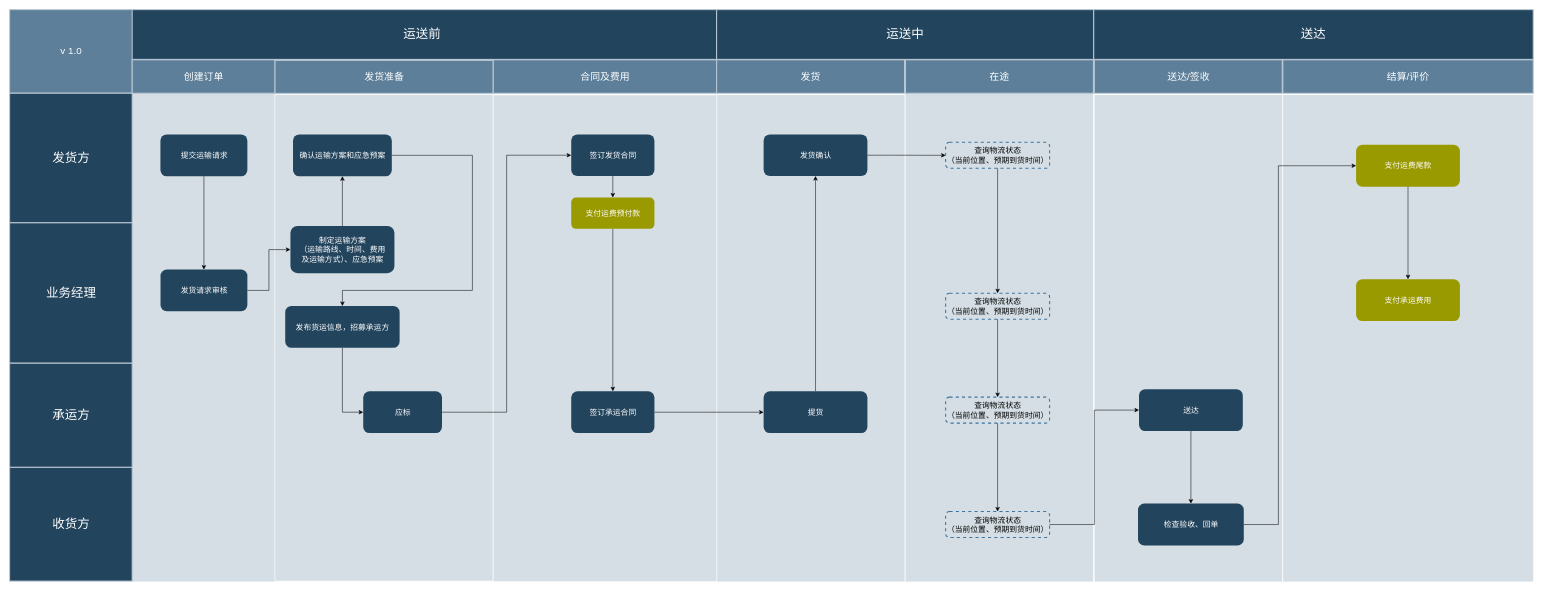
Before: draw/KunShan_HuaZhongBao/Untitled Diagram.drawio in hainayun/nanjing_dev, a draw.io diagram. Source tidied: cells renumbered, new cells numbered last; positions are measured from the earlier drawing's top-left corner, leaving out a move shared by most shapes. Both pictures are drawn from the tidied source at 52%, with x=0, y=0 at pixel (9, 9).
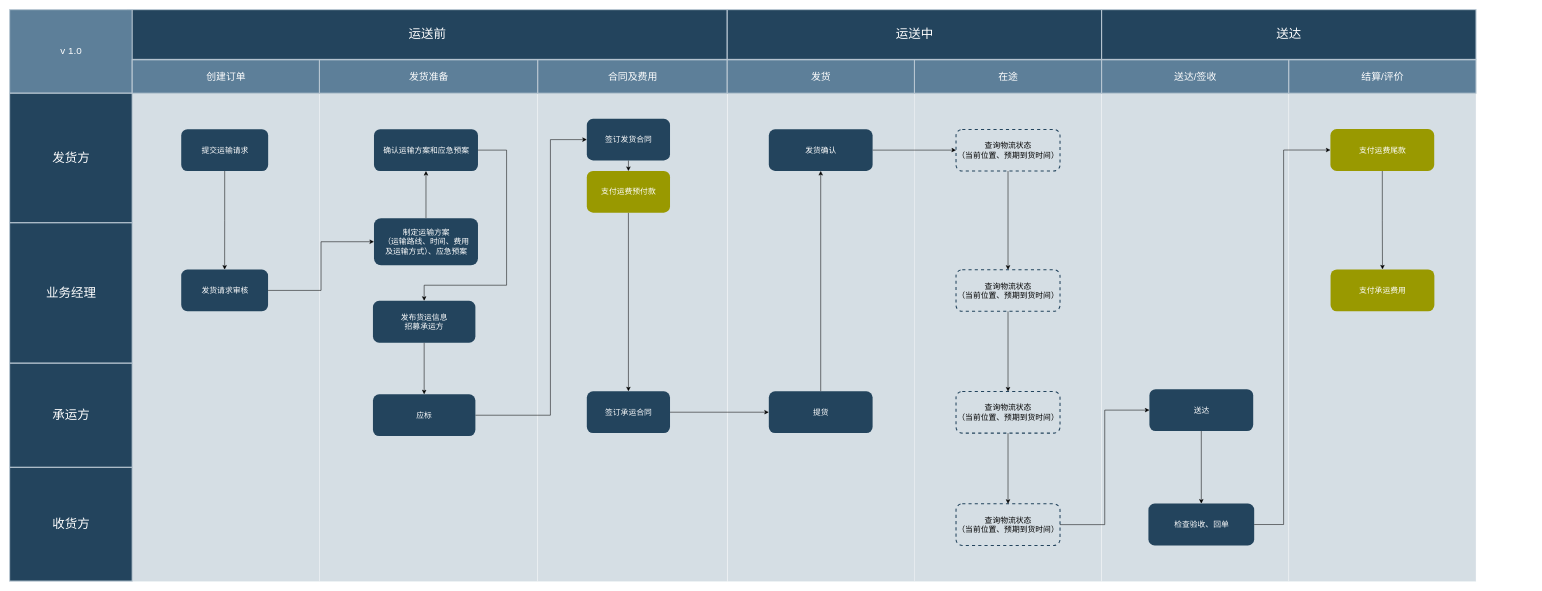
After the change.

Commit message:
Added 物流管理业务流程.drawio

Diff of the diagram source:
```diff
@@
-    <mxCell id="2" style="fontSize=18;strokeWidth=2;fontFamily=Helvetica;html=1;opacity=60;fillColor=#BAC8D3;strokeColor=none;" parent="1" vertex="1">
-      <mxGeometry x="235.7" y="160" width="274.3" height="940" as="geometry" />
+    <mxCell id="2" style="fontSize=18;strokeWidth=1;fontFamily=Helvetica;html=1;opacity=60;fillColor=#BAC8D3;strokeColor=#FFFFFF;" parent="1" vertex="1">
+      <mxGeometry x="235.7" y="160" width="360" height="940" as="geometry" />
     </mxCell>
-    <mxCell id="3" style="fillColor=#BAC8D3;fontSize=18;strokeWidth=2;fontFamily=Helvetica;html=1;opacity=60;strokeColor=none;" parent="1" vertex="1">
-      <mxGeometry x="2449.1" y="164.1" width="480.9" height="935.9" as="geometry" />
-    </mxCell>
-    <mxCell id="4" style="fillColor=#BAC8D3;fontSize=18;strokeWidth=2;fontFamily=Helvetica;html=1;opacity=60;strokeColor=none;" parent="1" vertex="1">
-      <mxGeometry x="1360.2" y="164.1" width="360.9" height="935.9" as="geometry" />
-    </mxCell>
-    <mxCell id="5" style="fillColor=#BAC8D3;fontSize=18;strokeWidth=2;fontFamily=Helvetica;html=1;opacity=60;strokeColor=none;" parent="1" vertex="1">
-      <mxGeometry x="1722.9" y="160" width="360.9" height="940" as="geometry" />
-    </mxCell>
-    <mxCell id="6" style="fillColor=#BAC8D3;fontSize=18;strokeWidth=2;fontFamily=Helvetica;html=1;opacity=60;strokeColor=none;" parent="1" vertex="1">
-      <mxGeometry x="2086.5" y="164.1" width="360.9" height="935.9" as="geometry" />
-    </mxCell>
-    <mxCell id="7" style="fillColor=#BAC8D3;fontSize=18;strokeWidth=2;fontFamily=Helvetica;html=1;opacity=60;strokeColor=#FFFFFF;" parent="1" vertex="1">
-      <mxGeometry x="510" y="163.1" width="420" height="935.9" as="geometry" />
-    </mxCell>
-    <mxCell id="8" style="fillColor=#BAC8D3;fontSize=18;strokeWidth=2;fontFamily=Helvetica;html=1;opacity=60;strokeColor=#FFFFFF;" parent="1" vertex="1">
-      <mxGeometry x="930" y="163.9" width="430" height="936.1" as="geometry" />
-    </mxCell>
+    <mxCell id="61" style="fontSize=18;strokeWidth=1;fontFamily=Helvetica;html=1;opacity=60;fillColor=#BAC8D3;strokeColor=#FFFFFF;" parent="1" vertex="1">
+      <mxGeometry x="595.7" y="160" width="420" height="940" as="geometry" />
+    </mxCell>
+    <mxCell id="62" style="fontSize=18;strokeWidth=1;fontFamily=Helvetica;html=1;opacity=60;fillColor=#BAC8D3;strokeColor=#FFFFFF;" parent="1" vertex="1">
+      <mxGeometry x="1015.7" y="160" width="364.3" height="940" as="geometry" />
+    </mxCell>
+    <mxCell id="63" style="fontSize=18;strokeWidth=1;fontFamily=Helvetica;html=1;opacity=60;fillColor=#BAC8D3;strokeColor=#FFFFFF;" parent="1" vertex="1">
+      <mxGeometry x="1380.4" y="160" width="360" height="940" as="geometry" />
+    </mxCell>
+    <mxCell id="64" style="fontSize=18;strokeWidth=1;fontFamily=Helvetica;html=1;opacity=60;fillColor=#BAC8D3;strokeColor=#FFFFFF;" parent="1" vertex="1">
+      <mxGeometry x="1740" y="160" width="360" height="940" as="geometry" />
+    </mxCell>
+    <mxCell id="65" style="fontSize=18;strokeWidth=1;fontFamily=Helvetica;html=1;opacity=60;fillColor=#BAC8D3;strokeColor=#FFFFFF;" parent="1" vertex="1">
+      <mxGeometry x="2100" y="160" width="360" height="940" as="geometry" />
+    </mxCell>
+    <mxCell id="66" style="fontSize=18;strokeWidth=1;fontFamily=Helvetica;html=1;opacity=60;fillColor=#BAC8D3;strokeColor=#FFFFFF;" parent="1" vertex="1">
+      <mxGeometry x="2460" y="160" width="360" height="940" as="geometry" />
+    </mxCell>
     <mxCell id="9" value="运送前" style="strokeColor=#BAC8D3;fillColor=#23445D;fontSize=24;strokeWidth=2;fontFamily=Helvetica;html=1;fontColor=#FFFFFF;fontStyle=0;spacingBottom=0;spacingRight=0;spacingLeft=0;align=center;" parent="1" vertex="1">
-      <mxGeometry x="226.6" width="1133" height="95.7" as="geometry" />
+      <mxGeometry x="226.6" width="1153.4" height="95.7" as="geometry" />
     </mxCell>
@@
     <mxCell id="11" value="发货准备" style="strokeColor=#BAC8D3;fillColor=#5d7f99;fontSize=19;strokeWidth=2;fontFamily=Helvetica;html=1;labelBackgroundColor=none;fontColor=#FFFFFF;" parent="1" vertex="1">
-      <mxGeometry x="510" y="97.5" width="420" height="63.5" as="geometry" />
+      <mxGeometry x="595.7" y="96.5" width="420" height="64.3" as="geometry" />
     </mxCell>
-    <mxCell id="12" style="edgeStyle=orthogonalEdgeStyle;rounded=0;jettySize=auto;html=1;exitX=0.5;exitY=1;exitDx=0;exitDy=0;entryX=0;entryY=0.5;entryDx=0;entryDy=0;" parent="1" edge="1" source="13" target="50">
-      <mxGeometry relative="1" as="geometry" />
+    <mxCell id="12" style="edgeStyle=orthogonalEdgeStyle;rounded=0;jettySize=auto;html=1;exitX=0.5;exitY=1;exitDx=0;exitDy=0;entryX=0.5;entryY=0;entryDx=0;entryDy=0;" parent="1" edge="1" source="13" target="50">
+      <mxGeometry relative="1" as="geometry">
+        <Array as="points">
+          <mxPoint x="797.7" y="734" />
+        </Array>
+      </mxGeometry>
     </mxCell>
-    <mxCell id="13" value="&lt;font color=&quot;#ffffff&quot;&gt;&lt;span style=&quot;font-size: 15px&quot;&gt;发布货运信息，招募承运方&lt;br&gt;&lt;/span&gt;&lt;/font&gt;" style="rounded=1;fillColor=#23445D;strokeColor=none;strokeWidth=2;fontFamily=Helvetica;html=1;gradientColor=none;" parent="1" vertex="1">
-      <mxGeometry x="530" y="570" width="220" height="80.4" as="geometry" />
+    <mxCell id="13" value="&lt;font color=&quot;#ffffff&quot;&gt;&lt;span style=&quot;font-size: 15px&quot;&gt;发布货运信息&lt;br&gt;招募承运方&lt;br&gt;&lt;/span&gt;&lt;/font&gt;" style="rounded=1;fillColor=#23445D;strokeColor=none;strokeWidth=2;fontFamily=Helvetica;html=1;gradientColor=none;" parent="1" vertex="1">
+      <mxGeometry x="698.7" y="560" width="197" height="80.4" as="geometry" />
     </mxCell>
@@
     <mxCell id="17" value="合同及费用" style="strokeColor=#BAC8D3;fillColor=#5d7f99;fontSize=19;strokeWidth=2;fontFamily=Helvetica;html=1;labelBackgroundColor=none;fontColor=#FFFFFF;" parent="1" vertex="1">
-      <mxGeometry x="930" y="96.5" width="430" height="64.3" as="geometry" />
+      <mxGeometry x="1015.7" y="96.5" width="364.3" height="64.3" as="geometry" />
     </mxCell>
     <mxCell id="18" value="&lt;font color=&quot;#ffffff&quot;&gt;&lt;span style=&quot;font-size: 15px&quot;&gt;确认运输方案和应急预案&lt;br&gt;&lt;/span&gt;&lt;/font&gt;" style="rounded=1;fillColor=#23445D;strokeColor=none;strokeWidth=2;fontFamily=Helvetica;html=1;gradientColor=none;" parent="1" vertex="1">
-      <mxGeometry x="545" y="240" width="190" height="80.4" as="geometry" />
+      <mxGeometry x="700.7" y="230" width="200" height="80.4" as="geometry" />
     </mxCell>
     <mxCell id="19" style="edgeStyle=orthogonalEdgeStyle;rounded=0;jettySize=auto;html=1;entryX=0.5;entryY=0;entryDx=0;entryDy=0;exitX=1;exitY=0.5;exitDx=0;exitDy=0;" parent="1" edge="1" source="18" target="13">
       <mxGeometry relative="1" as="geometry">
         <Array as="points">
-          <mxPoint x="890" y="280" />
-          <mxPoint x="890" y="540" />
-          <mxPoint x="640" y="540" />
+          <mxPoint x="955.7" y="270" />
+          <mxPoint x="955.7" y="530" />
+          <mxPoint x="797.7" y="530" />
         </Array>
       </mxGeometry>
     </mxCell>
@@
     <mxCell id="21" value="&lt;font color=&quot;#ffffff&quot;&gt;&lt;span style=&quot;font-size: 15px&quot;&gt;制定运输方案&lt;br&gt;&lt;/span&gt;&lt;/font&gt;&lt;span style=&quot;color: rgb(255 , 255 , 255) ; font-size: 15px&quot;&gt;（运输路线、时间、费用&lt;br&gt;及运输方式）、应急预案&lt;/span&gt;&lt;font color=&quot;#ffffff&quot;&gt;&lt;span style=&quot;font-size: 15px&quot;&gt;&lt;br&gt;&lt;/span&gt;&lt;/font&gt;" style="rounded=1;fillColor=#23445D;strokeColor=none;strokeWidth=2;fontFamily=Helvetica;html=1;gradientColor=none;" parent="1" vertex="1">
-      <mxGeometry x="540" y="416.1" width="200" height="90.7" as="geometry" />
+      <mxGeometry x="700.7" y="401" width="200" height="90.7" as="geometry" />
     </mxCell>
     <mxCell id="22" value="发货" style="strokeColor=#BAC8D3;fillColor=#5d7f99;fontSize=19;strokeWidth=2;fontFamily=Helvetica;html=1;labelBackgroundColor=none;fontColor=#FFFFFF;" parent="1" vertex="1">
-      <mxGeometry x="1359.6" y="96.5" width="361.5" height="64.3" as="geometry" />
+      <mxGeometry x="1380" y="96.5" width="360.4" height="64.3" as="geometry" />
     </mxCell>
@@
-    <mxCell id="24" style="edgeStyle=orthogonalEdgeStyle;rounded=0;jettySize=auto;html=1;entryX=0;entryY=0.5;entryDx=0;entryDy=0;" parent="1" edge="1" source="26" target="54">
+    <mxCell id="24" style="edgeStyle=orthogonalEdgeStyle;rounded=0;jettySize=auto;html=1;entryX=0;entryY=0.5;entryDx=0;entryDy=0;exitX=1;exitY=0.5;exitDx=0;exitDy=0;" parent="1" edge="1" source="26" target="54">
       <mxGeometry relative="1" as="geometry">
         <Array as="points">
-          <mxPoint x="1700" y="280" />
-          <mxPoint x="1700" y="280" />
+          <mxPoint x="1815.7" y="270" />
+          <mxPoint x="1815.7" y="270" />
         </Array>
       </mxGeometry>
     </mxCell>
     <mxCell id="25" value="&lt;font color=&quot;#ffffff&quot;&gt;&lt;span style=&quot;font-size: 15px&quot;&gt;提货&lt;br&gt;&lt;/span&gt;&lt;/font&gt;" style="rounded=1;fillColor=#23445D;strokeColor=none;strokeWidth=2;fontFamily=Helvetica;html=1;gradientColor=none;" parent="1" vertex="1">
-      <mxGeometry x="1450" y="734" width="199.6" height="80.4" as="geometry" />
+      <mxGeometry x="1460" y="734" width="199.6" height="80.4" as="geometry" />
     </mxCell>
     <mxCell id="26" value="&lt;span style=&quot;color: rgb(255 , 255 , 255) ; font-size: 15px&quot;&gt;发货确认&lt;/span&gt;&lt;font color=&quot;#ffffff&quot;&gt;&lt;span style=&quot;font-size: 15px&quot;&gt;&lt;br&gt;&lt;/span&gt;&lt;/font&gt;" style="rounded=1;fillColor=#23445D;strokeColor=none;strokeWidth=2;fontFamily=Helvetica;html=1;gradientColor=none;" parent="1" vertex="1">
-      <mxGeometry x="1450" y="240" width="199.6" height="80" as="geometry" />
+      <mxGeometry x="1460" y="230.2" width="199.6" height="80" as="geometry" />
     </mxCell>
     <mxCell id="27" value="在途" style="strokeColor=#BAC8D3;fillColor=#5d7f99;fontSize=19;strokeWidth=2;fontFamily=Helvetica;html=1;labelBackgroundColor=none;fontColor=#FFFFFF;" parent="1" vertex="1">
-      <mxGeometry x="1722.7" y="96.5" width="361.5" height="64.3" as="geometry" />
+      <mxGeometry x="1740" y="96.5" width="360" height="64.3" as="geometry" />
     </mxCell>
     <mxCell id="28" value="送达/签收" style="strokeColor=#BAC8D3;fillColor=#5d7f99;fontSize=19;strokeWidth=2;fontFamily=Helvetica;html=1;labelBackgroundColor=none;fontColor=#FFFFFF;" parent="1" vertex="1">
-      <mxGeometry x="2085.8" y="96.5" width="361.5" height="64.3" as="geometry" />
+      <mxGeometry x="2100" y="96.5" width="360" height="64.3" as="geometry" />
     </mxCell>
     <mxCell id="29" value="&lt;font color=&quot;#ffffff&quot;&gt;&lt;span style=&quot;font-size: 15px&quot;&gt;检查验收、回单&lt;br&gt;&lt;/span&gt;&lt;/font&gt;" style="rounded=1;fillColor=#23445D;strokeColor=none;strokeWidth=2;fontFamily=Helvetica;html=1;gradientColor=none;" parent="1" vertex="1">
-      <mxGeometry x="2170" y="950" width="203.4" height="80.4" as="geometry" />
+      <mxGeometry x="2190" y="950" width="203.4" height="80.4" as="geometry" />
     </mxCell>
     <mxCell id="30" value="运送中" style="strokeColor=#BAC8D3;fillColor=#23445D;fontSize=24;strokeWidth=2;fontFamily=Helvetica;html=1;fontColor=#FFFFFF;fontStyle=0;spacingBottom=0;spacingRight=0;spacingLeft=0;align=center;" parent="1" vertex="1">
-      <mxGeometry x="1359.6" width="725.1" height="95.7" as="geometry" />
+      <mxGeometry x="1380" width="720" height="95.7" as="geometry" />
     </mxCell>
     <mxCell id="31" value="送达" style="strokeColor=#BAC8D3;fillColor=#23445D;fontSize=24;strokeWidth=2;fontFamily=Helvetica;html=1;fontColor=#FFFFFF;fontStyle=0;spacingBottom=0;spacingRight=0;spacingLeft=0;align=center;" parent="1" vertex="1">
-      <mxGeometry x="2084.8" width="845.2" height="95.7" as="geometry" />
+      <mxGeometry x="2100" width="720" height="95.7" as="geometry" />
     </mxCell>
     <mxCell id="32" value="结算/评价" style="strokeColor=#BAC8D3;fillColor=#5d7f99;fontSize=19;strokeWidth=2;fontFamily=Helvetica;html=1;labelBackgroundColor=none;fontColor=#FFFFFF;" parent="1" vertex="1">
-      <mxGeometry x="2448.5" y="96.5" width="481.5" height="64.3" as="geometry" />
+      <mxGeometry x="2460" y="96.5" width="360" height="64.3" as="geometry" />
     </mxCell>
     <mxCell id="33" style="edgeStyle=orthogonalEdgeStyle;rounded=0;jettySize=auto;html=1;entryX=0;entryY=0.5;entryDx=0;entryDy=0;" parent="1" edge="1" source="29" target="35">
-      <mxGeometry x="20" y="952.9" as="geometry">
+      <mxGeometry x="105.7" y="952.9" as="geometry">
         <Array as="points">
-          <mxPoint x="2440" y="990" />
-          <mxPoint x="2440" y="300" />
+          <mxPoint x="2450" y="990" />
+          <mxPoint x="2450" y="270" />
         </Array>
       </mxGeometry>
     </mxCell>
@@
     <mxCell id="35" value="&lt;font color=&quot;#ffffff&quot;&gt;&lt;span style=&quot;font-size: 15px&quot;&gt;支付运费尾款&lt;br&gt;&lt;/span&gt;&lt;/font&gt;" style="rounded=1;strokeColor=none;strokeWidth=2;fontFamily=Helvetica;html=1;gradientColor=none;fillColor=#999900;" parent="1" vertex="1">
-      <mxGeometry x="2589.4" y="260" width="199.6" height="80.4" as="geometry" />
+      <mxGeometry x="2540" y="229.8" width="199.6" height="80.4" as="geometry" />
     </mxCell>
     <mxCell id="36" value="&lt;font color=&quot;#ffffff&quot;&gt;&lt;span style=&quot;font-size: 15px&quot;&gt;支付承运费用&lt;br&gt;&lt;/span&gt;&lt;/font&gt;" style="rounded=1;strokeColor=none;strokeWidth=2;fontFamily=Helvetica;html=1;gradientColor=none;fillColor=#999900;" parent="1" vertex="1">
-      <mxGeometry x="2589.4" y="518.5" width="199.6" height="80.4" as="geometry" />
+      <mxGeometry x="2540.3" y="499.6" width="199.6" height="80.4" as="geometry" />
     </mxCell>
     <mxCell id="37" style="edgeStyle=orthogonalEdgeStyle;rounded=0;jettySize=auto;html=1;exitX=0.5;exitY=1;exitDx=0;exitDy=0;entryX=0.5;entryY=0;entryDx=0;entryDy=0;" parent="1" edge="1" source="38" target="29">
-      <mxGeometry x="20" y="952.9" as="geometry" />
+      <mxGeometry x="105.7" y="952.9" as="geometry" />
     </mxCell>
     <mxCell id="38" value="&lt;font color=&quot;#ffffff&quot;&gt;&lt;span style=&quot;font-size: 15px&quot;&gt;送达&lt;/span&gt;&lt;/font&gt;&lt;font color=&quot;#ffffff&quot;&gt;&lt;span style=&quot;font-size: 15px&quot;&gt;&lt;br&gt;&lt;/span&gt;&lt;/font&gt;" style="rounded=1;fillColor=#23445D;strokeColor=none;strokeWidth=2;fontFamily=Helvetica;html=1;gradientColor=none;" parent="1" vertex="1">
-      <mxGeometry x="2171.9" y="730" width="199.6" height="80.4" as="geometry" />
+      <mxGeometry x="2191.9" y="730" width="199.6" height="80.4" as="geometry" />
     </mxCell>
@@
     <mxCell id="40" value="创建订单" style="strokeColor=#BAC8D3;fillColor=#5d7f99;fontSize=19;strokeWidth=2;fontFamily=Helvetica;html=1;labelBackgroundColor=none;fontColor=#FFFFFF;" parent="1" vertex="1">
-      <mxGeometry x="235.7" y="96.5" width="274.3" height="64.3" as="geometry" />
+      <mxGeometry x="235.7" y="96.5" width="360" height="64.3" as="geometry" />
     </mxCell>
-    <mxCell id="41" style="edgeStyle=orthogonalEdgeStyle;rounded=0;jettySize=auto;html=1;" parent="1" edge="1" source="42" target="48">
-      <mxGeometry x="20" y="930" as="geometry">
-        <Array as="points">
-          <mxPoint x="374" y="390" />
-          <mxPoint x="374" y="390" />
-        </Array>
-      </mxGeometry>
+    <mxCell id="41" style="edgeStyle=orthogonalEdgeStyle;rounded=0;jettySize=auto;html=1;exitX=0.5;exitY=1;exitDx=0;exitDy=0;" parent="1" edge="1" source="42" target="48">
+      <mxGeometry x="20" y="930" as="geometry" />
     </mxCell>
     <mxCell id="42" value="&lt;font color=&quot;#ffffff&quot;&gt;&lt;span style=&quot;font-size: 15px&quot;&gt;提交运输请求&lt;/span&gt;&lt;/font&gt;" style="rounded=1;fillColor=#23445D;strokeColor=none;strokeWidth=2;fontFamily=Helvetica;html=1;gradientColor=none;" parent="1" vertex="1">
-      <mxGeometry x="290" y="240" width="167.2" height="80.4" as="geometry" />
+      <mxGeometry x="330" y="230" width="167.2" height="80.4" as="geometry" />
     </mxCell>
     <mxCell id="43" style="edgeStyle=orthogonalEdgeStyle;rounded=0;jettySize=auto;html=1;" parent="1" edge="1" source="46" target="25">
-      <mxGeometry x="20" y="952.9" as="geometry" />
+      <mxGeometry x="105.7" y="952.9" as="geometry" />
     </mxCell>
@@
     <mxCell id="45" value="&lt;span style=&quot;font-size: 15px&quot;&gt;&lt;font color=&quot;#ffffff&quot;&gt;签订发货合同&lt;/font&gt;&lt;br&gt;&lt;/span&gt;" style="rounded=1;fillColor=#23445D;strokeColor=none;strokeWidth=2;fontFamily=Helvetica;html=1;gradientColor=none;" parent="1" vertex="1">
-      <mxGeometry x="1080" y="240" width="160" height="80" as="geometry" />
+      <mxGeometry x="1110" y="210" width="160" height="80" as="geometry" />
     </mxCell>
     <mxCell id="46" value="&lt;span style=&quot;color: rgb(255 , 255 , 255) ; font-size: 15px&quot;&gt;签订承运合同&lt;/span&gt;&lt;span style=&quot;font-size: 15px&quot;&gt;&lt;br&gt;&lt;/span&gt;" style="rounded=1;fillColor=#23445D;strokeColor=none;strokeWidth=2;fontFamily=Helvetica;html=1;gradientColor=none;" parent="1" vertex="1">
-      <mxGeometry x="1080" y="734" width="160" height="80.4" as="geometry" />
+      <mxGeometry x="1110" y="734" width="160" height="80.4" as="geometry" />
     </mxCell>
@@
     <mxCell id="48" value="&lt;font color=&quot;#ffffff&quot;&gt;&lt;span style=&quot;font-size: 15px&quot;&gt;发货请求审核&lt;br&gt;&lt;/span&gt;&lt;/font&gt;" style="rounded=1;fillColor=#23445D;strokeColor=none;strokeWidth=2;fontFamily=Helvetica;html=1;gradientColor=none;" parent="1" vertex="1">
-      <mxGeometry x="290.2" y="500" width="167" height="80" as="geometry" />
+      <mxGeometry x="330" y="500" width="167" height="80" as="geometry" />
     </mxCell>
-    <mxCell id="49" style="edgeStyle=orthogonalEdgeStyle;rounded=0;jettySize=auto;html=1;exitX=1;exitY=0.5;exitDx=0;exitDy=0;entryX=0;entryY=0.5;entryDx=0;entryDy=0;" parent="1" edge="1" source="50" target="45">
-      <mxGeometry relative="1" as="geometry" />
+    <mxCell id="49" style="edgeStyle=orthogonalEdgeStyle;rounded=0;jettySize=auto;html=1;entryX=0;entryY=0.5;entryDx=0;entryDy=0;exitX=1;exitY=0.5;exitDx=0;exitDy=0;" parent="1" edge="1" source="50" target="45">
+      <mxGeometry relative="1" as="geometry">
+        <Array as="points">
+          <mxPoint x="1040" y="780" />
+          <mxPoint x="1040" y="250" />
+        </Array>
+      </mxGeometry>
     </mxCell>
     <mxCell id="50" value="&lt;font color=&quot;#ffffff&quot;&gt;&lt;span style=&quot;font-size: 15px&quot;&gt;应标&lt;br&gt;&lt;/span&gt;&lt;/font&gt;" style="rounded=1;fillColor=#23445D;strokeColor=none;strokeWidth=2;fontFamily=Helvetica;html=1;gradientColor=none;" parent="1" vertex="1">
-      <mxGeometry x="680" y="734" width="151.5" height="80.4" as="geometry" />
+      <mxGeometry x="698.7" y="739.8" width="197" height="80.4" as="geometry" />
     </mxCell>
@@
     <mxCell id="52" value="&lt;span style=&quot;font-size: 15px&quot;&gt;&lt;font color=&quot;#ffffff&quot;&gt;支付运费预付款&lt;/font&gt;&lt;br&gt;&lt;/span&gt;" style="rounded=1;fillColor=#999900;strokeColor=none;strokeWidth=2;fontFamily=Helvetica;html=1;gradientColor=none;" parent="1" vertex="1">
-      <mxGeometry x="1080" y="361.4" width="160" height="60" as="geometry" />
+      <mxGeometry x="1110" y="310.4" width="160" height="80" as="geometry" />
     </mxCell>
@@
-    <mxCell id="54" value="&lt;span style=&quot;font-size: 15px&quot;&gt;查询物流状态&lt;br&gt;（当前位置、预期到货时间）&lt;br&gt;&lt;/span&gt;" style="rounded=1;fillColor=none;strokeWidth=2;fontFamily=Helvetica;html=1;gradientColor=none;shadow=0;strokeColor=#3D74A1;dashed=1;" parent="1" vertex="1">
-      <mxGeometry x="1800" y="255.2" width="200" height="50" as="geometry" />
+    <mxCell id="54" value="&lt;span style=&quot;font-size: 15px&quot;&gt;查询物流状态&lt;br&gt;（当前位置、预期到货时间）&lt;br&gt;&lt;/span&gt;" style="rounded=1;fillColor=none;strokeWidth=2;fontFamily=Helvetica;html=1;gradientColor=none;shadow=0;dashed=1;strokeColor=#23445D;" parent="1" vertex="1">
+      <mxGeometry x="1820" y="230.4" width="200" height="80" as="geometry" />
     </mxCell>
-    <mxCell id="55" value="&lt;span style=&quot;font-size: 15px&quot;&gt;查询物流状态&lt;br&gt;（当前位置、预期到货时间）&lt;br&gt;&lt;/span&gt;" style="rounded=1;fillColor=none;strokeWidth=2;fontFamily=Helvetica;html=1;gradientColor=none;shadow=0;strokeColor=#3D74A1;dashed=1;" parent="1" vertex="1">
-      <mxGeometry x="1800" y="965.2" width="200" height="50" as="geometry" />
+    <mxCell id="55" value="&lt;span style=&quot;font-size: 15px&quot;&gt;查询物流状态&lt;br&gt;（当前位置、预期到货时间）&lt;br&gt;&lt;/span&gt;" style="rounded=1;fillColor=none;strokeWidth=2;fontFamily=Helvetica;html=1;gradientColor=none;shadow=0;dashed=1;strokeColor=#23445D;" parent="1" vertex="1">
+      <mxGeometry x="1820" y="950.4" width="200" height="80" as="geometry" />
     </mxCell>
@@
-    <mxCell id="57" value="&lt;span style=&quot;font-size: 15px&quot;&gt;查询物流状态&lt;br&gt;（当前位置、预期到货时间）&lt;br&gt;&lt;/span&gt;" style="rounded=1;fillColor=none;strokeWidth=2;fontFamily=Helvetica;html=1;gradientColor=none;shadow=0;strokeColor=#3D74A1;dashed=1;" parent="1" vertex="1">
-      <mxGeometry x="1800" y="545.4" width="200" height="50" as="geometry" />
+    <mxCell id="57" value="&lt;span style=&quot;font-size: 15px&quot;&gt;查询物流状态&lt;br&gt;（当前位置、预期到货时间）&lt;br&gt;&lt;/span&gt;" style="rounded=1;fillColor=none;strokeWidth=2;fontFamily=Helvetica;html=1;gradientColor=none;shadow=0;dashed=1;strokeColor=#23445D;" parent="1" vertex="1">
+      <mxGeometry x="1820" y="500.2" width="200" height="80" as="geometry" />
     </mxCell>
@@
-    <mxCell id="60" value="&lt;span style=&quot;font-size: 15px&quot;&gt;查询物流状态&lt;br&gt;（当前位置、预期到货时间）&lt;br&gt;&lt;/span&gt;" style="rounded=1;fillColor=none;strokeWidth=2;fontFamily=Helvetica;html=1;gradientColor=none;shadow=0;strokeColor=#3D74A1;dashed=1;" parent="1" vertex="1">
-      <mxGeometry x="1800" y="745.2" width="200" height="50" as="geometry" />
+    <mxCell id="60" value="&lt;span style=&quot;font-size: 15px&quot;&gt;查询物流状态&lt;br&gt;（当前位置、预期到货时间）&lt;br&gt;&lt;/span&gt;" style="rounded=1;fillColor=none;strokeWidth=2;fontFamily=Helvetica;html=1;gradientColor=none;shadow=0;dashed=1;strokeColor=#23445D;" parent="1" vertex="1">
+      <mxGeometry x="1820" y="734.4" width="200" height="80" as="geometry" />
     </mxCell>
```
